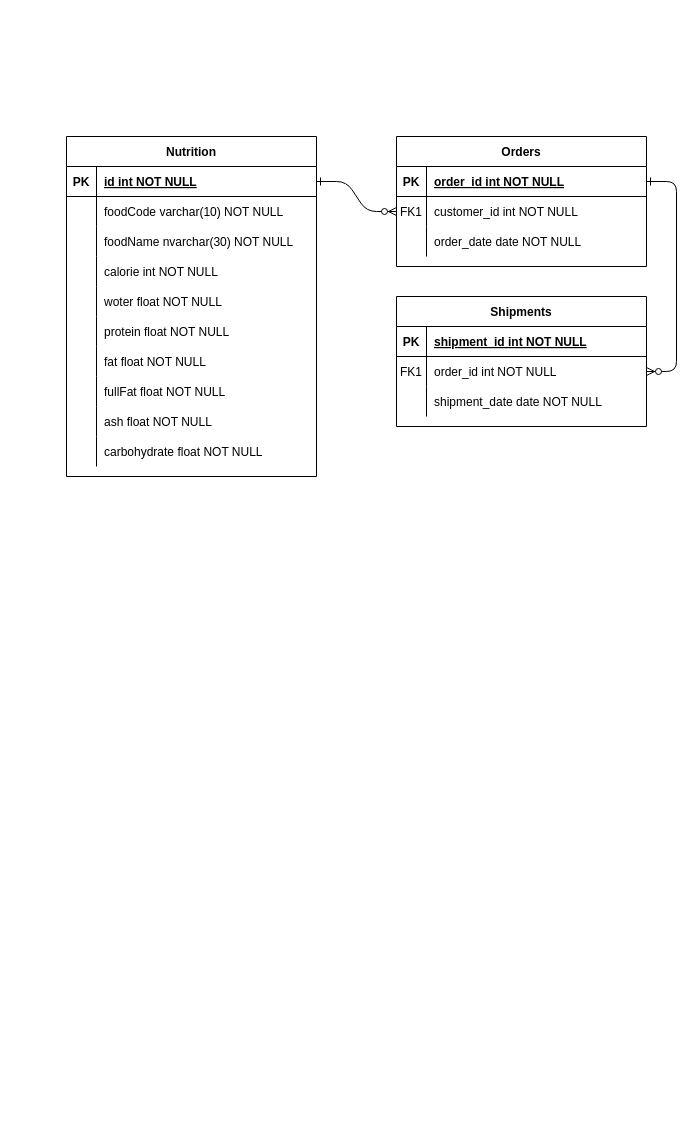
Earlier version of the draw.io diagram 未命名绘图.drawio (ZeJumpMan/Deadly3000). Source tidied: cells renumbered, new cells numbered last; positions are measured from the earlier drawing's top-left corner, leaving out a move shared by most shapes. Both pictures are drawn from the tidied source at 100%, with x=0, y=0 at pixel (66, 136).
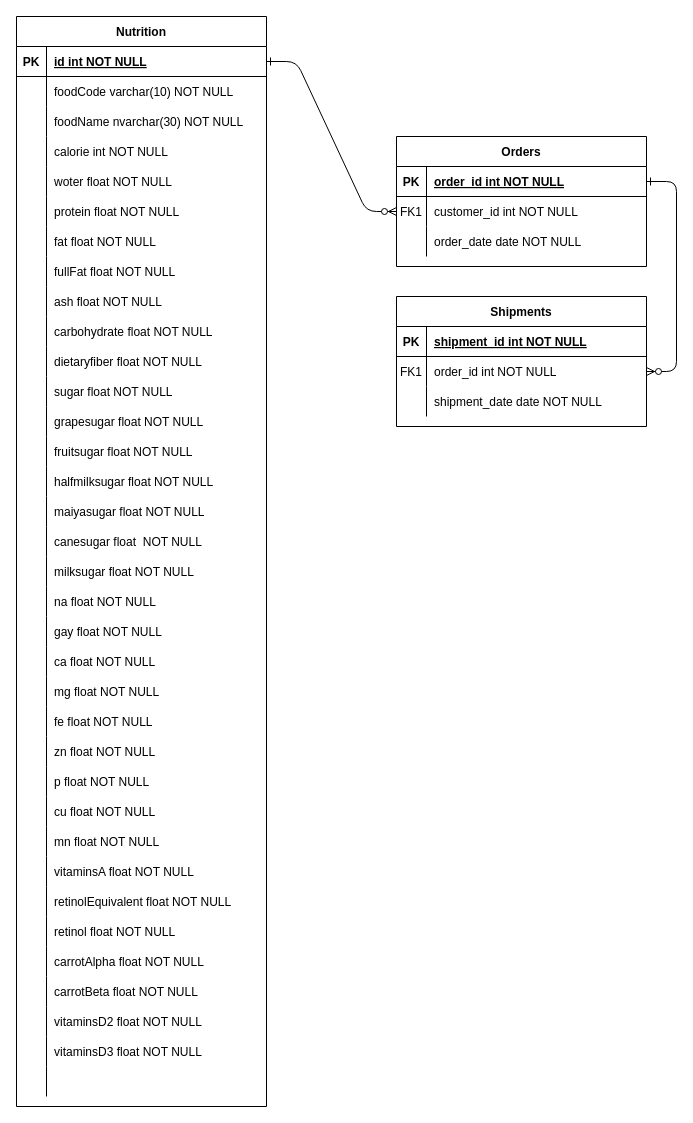
Above is the later version.

Commit message:
更新未命名绘图.drawio

Change to the diagram source:
```diff
@@
     <mxCell id="24" value="Nutrition" style="shape=table;startSize=30;childLayout=tableLayout;rowLines=0;fontStyle=1;align=center;" parent="1" vertex="1">
-      <mxGeometry width="250" height="340" as="geometry" />
+      <mxGeometry x="-50" y="-120" width="250" height="1090" as="geometry" />
     </mxCell>
@@
+    <mxCell id="55" style="shape=partialRectangle;fillColor=none;top=0;left=0;right=0;bottom=0;" parent="24" vertex="1">
+      <mxGeometry y="330" width="250" height="30" as="geometry" />
+    </mxCell>
+    <mxCell id="56" style="shape=partialRectangle;overflow=hidden;fillColor=none;top=0;left=0;bottom=0;right=0;" parent="55" vertex="1">
+      <mxGeometry width="30" height="30" as="geometry" />
+    </mxCell>
+    <mxCell id="57" value="dietaryfiber float NOT NULL" style="shape=partialRectangle;overflow=hidden;fillColor=none;top=0;left=0;bottom=0;right=0;align=left;spacingLeft=6;" parent="55" vertex="1">
+      <mxGeometry x="30" width="220" height="30" as="geometry" />
+    </mxCell>
+    <mxCell id="58" style="shape=partialRectangle;fillColor=none;top=0;left=0;right=0;bottom=0;" parent="24" vertex="1">
+      <mxGeometry y="360" width="250" height="30" as="geometry" />
+    </mxCell>
+    <mxCell id="59" style="shape=partialRectangle;overflow=hidden;fillColor=none;top=0;left=0;bottom=0;right=0;" parent="58" vertex="1">
+      <mxGeometry width="30" height="30" as="geometry" />
+    </mxCell>
+    <mxCell id="60" value="sugar float NOT NULL" style="shape=partialRectangle;overflow=hidden;fillColor=none;top=0;left=0;bottom=0;right=0;align=left;spacingLeft=6;" parent="58" vertex="1">
+      <mxGeometry x="30" width="220" height="30" as="geometry" />
+    </mxCell>
+    <mxCell id="61" style="shape=partialRectangle;fillColor=none;top=0;left=0;right=0;bottom=0;" parent="24" vertex="1">
+      <mxGeometry y="390" width="250" height="30" as="geometry" />
+    </mxCell>
+    <mxCell id="62" style="shape=partialRectangle;overflow=hidden;fillColor=none;top=0;left=0;bottom=0;right=0;" parent="61" vertex="1">
+      <mxGeometry width="30" height="30" as="geometry" />
+    </mxCell>
+    <mxCell id="63" value="grapesugar float NOT NULL" style="shape=partialRectangle;overflow=hidden;fillColor=none;top=0;left=0;bottom=0;right=0;align=left;spacingLeft=6;" parent="61" vertex="1">
+      <mxGeometry x="30" width="220" height="30" as="geometry" />
+    </mxCell>
+    <mxCell id="64" style="shape=partialRectangle;fillColor=none;top=0;left=0;right=0;bottom=0;" parent="24" vertex="1">
+      <mxGeometry y="420" width="250" height="30" as="geometry" />
+    </mxCell>
+    <mxCell id="65" style="shape=partialRectangle;overflow=hidden;fillColor=none;top=0;left=0;bottom=0;right=0;" parent="64" vertex="1">
+      <mxGeometry width="30" height="30" as="geometry" />
+    </mxCell>
+    <mxCell id="66" value="fruitsugar float NOT NULL" style="shape=partialRectangle;overflow=hidden;fillColor=none;top=0;left=0;bottom=0;right=0;align=left;spacingLeft=6;" parent="64" vertex="1">
+      <mxGeometry x="30" width="220" height="30" as="geometry" />
+    </mxCell>
+    <mxCell id="67" style="shape=partialRectangle;fillColor=none;top=0;left=0;right=0;bottom=0;" parent="24" vertex="1">
+      <mxGeometry y="450" width="250" height="30" as="geometry" />
+    </mxCell>
+    <mxCell id="68" style="shape=partialRectangle;overflow=hidden;fillColor=none;top=0;left=0;bottom=0;right=0;" parent="67" vertex="1">
+      <mxGeometry width="30" height="30" as="geometry" />
+    </mxCell>
+    <mxCell id="69" value="halfmilksugar float NOT NULL " style="shape=partialRectangle;overflow=hidden;fillColor=none;top=0;left=0;bottom=0;right=0;align=left;spacingLeft=6;" parent="67" vertex="1">
+      <mxGeometry x="30" width="220" height="30" as="geometry" />
+    </mxCell>
+    <mxCell id="70" style="shape=partialRectangle;fillColor=none;top=0;left=0;right=0;bottom=0;" parent="24" vertex="1">
+      <mxGeometry y="480" width="250" height="30" as="geometry" />
+    </mxCell>
+    <mxCell id="71" style="shape=partialRectangle;overflow=hidden;fillColor=none;top=0;left=0;bottom=0;right=0;" parent="70" vertex="1">
+      <mxGeometry width="30" height="30" as="geometry" />
+    </mxCell>
+    <mxCell id="72" value="maiyasugar float NOT NULL" style="shape=partialRectangle;overflow=hidden;fillColor=none;top=0;left=0;bottom=0;right=0;align=left;spacingLeft=6;" parent="70" vertex="1">
+      <mxGeometry x="30" width="220" height="30" as="geometry" />
+    </mxCell>
+    <mxCell id="73" style="shape=partialRectangle;fillColor=none;top=0;left=0;right=0;bottom=0;" parent="24" vertex="1">
+      <mxGeometry y="510" width="250" height="30" as="geometry" />
+    </mxCell>
+    <mxCell id="74" style="shape=partialRectangle;overflow=hidden;fillColor=none;top=0;left=0;bottom=0;right=0;" parent="73" vertex="1">
+      <mxGeometry width="30" height="30" as="geometry" />
+    </mxCell>
+    <mxCell id="75" value="canesugar float  NOT NULL" style="shape=partialRectangle;overflow=hidden;fillColor=none;top=0;left=0;bottom=0;right=0;align=left;spacingLeft=6;" parent="73" vertex="1">
+      <mxGeometry x="30" width="220" height="30" as="geometry" />
+    </mxCell>
+    <mxCell id="76" style="shape=partialRectangle;fillColor=none;top=0;left=0;right=0;bottom=0;" parent="24" vertex="1">
+      <mxGeometry y="540" width="250" height="30" as="geometry" />
+    </mxCell>
+    <mxCell id="77" style="shape=partialRectangle;overflow=hidden;fillColor=none;top=0;left=0;bottom=0;right=0;" parent="76" vertex="1">
+      <mxGeometry width="30" height="30" as="geometry" />
+    </mxCell>
+    <mxCell id="78" value="milksugar float NOT NULL" style="shape=partialRectangle;overflow=hidden;fillColor=none;top=0;left=0;bottom=0;right=0;align=left;spacingLeft=6;" parent="76" vertex="1">
+      <mxGeometry x="30" width="220" height="30" as="geometry" />
+    </mxCell>
+    <mxCell id="79" style="shape=partialRectangle;fillColor=none;top=0;left=0;right=0;bottom=0;" parent="24" vertex="1">
+      <mxGeometry y="570" width="250" height="30" as="geometry" />
+    </mxCell>
+    <mxCell id="80" style="shape=partialRectangle;overflow=hidden;fillColor=none;top=0;left=0;bottom=0;right=0;" parent="79" vertex="1">
+      <mxGeometry width="30" height="30" as="geometry" />
+    </mxCell>
+    <mxCell id="81" value="na float NOT NULL" style="shape=partialRectangle;overflow=hidden;fillColor=none;top=0;left=0;bottom=0;right=0;align=left;spacingLeft=6;" parent="79" vertex="1">
+      <mxGeometry x="30" width="220" height="30" as="geometry" />
+    </mxCell>
+    <mxCell id="82" style="shape=partialRectangle;fillColor=none;top=0;left=0;right=0;bottom=0;" parent="24" vertex="1">
+      <mxGeometry y="600" width="250" height="30" as="geometry" />
+    </mxCell>
+    <mxCell id="83" style="shape=partialRectangle;overflow=hidden;fillColor=none;top=0;left=0;bottom=0;right=0;" parent="82" vertex="1">
+      <mxGeometry width="30" height="30" as="geometry" />
+    </mxCell>
+    <mxCell id="84" value="gay float NOT NULL" style="shape=partialRectangle;overflow=hidden;fillColor=none;top=0;left=0;bottom=0;right=0;align=left;spacingLeft=6;" parent="82" vertex="1">
+      <mxGeometry x="30" width="220" height="30" as="geometry" />
+    </mxCell>
+    <mxCell id="85" style="shape=partialRectangle;fillColor=none;top=0;left=0;right=0;bottom=0;" parent="24" vertex="1">
+      <mxGeometry y="630" width="250" height="30" as="geometry" />
+    </mxCell>
+    <mxCell id="86" style="shape=partialRectangle;overflow=hidden;fillColor=none;top=0;left=0;bottom=0;right=0;" parent="85" vertex="1">
+      <mxGeometry width="30" height="30" as="geometry" />
+    </mxCell>
+    <mxCell id="87" value="ca float NOT NULL" style="shape=partialRectangle;overflow=hidden;fillColor=none;top=0;left=0;bottom=0;right=0;align=left;spacingLeft=6;" parent="85" vertex="1">
+      <mxGeometry x="30" width="220" height="30" as="geometry" />
+    </mxCell>
+    <mxCell id="88" style="shape=partialRectangle;fillColor=none;top=0;left=0;right=0;bottom=0;" parent="24" vertex="1">
+      <mxGeometry y="660" width="250" height="30" as="geometry" />
+    </mxCell>
+    <mxCell id="89" style="shape=partialRectangle;overflow=hidden;fillColor=none;top=0;left=0;bottom=0;right=0;" parent="88" vertex="1">
+      <mxGeometry width="30" height="30" as="geometry" />
+    </mxCell>
+    <mxCell id="90" value="mg float NOT NULL" style="shape=partialRectangle;overflow=hidden;fillColor=none;top=0;left=0;bottom=0;right=0;align=left;spacingLeft=6;" parent="88" vertex="1">
+      <mxGeometry x="30" width="220" height="30" as="geometry" />
+    </mxCell>
+    <mxCell id="91" style="shape=partialRectangle;fillColor=none;top=0;left=0;right=0;bottom=0;" parent="24" vertex="1">
+      <mxGeometry y="690" width="250" height="30" as="geometry" />
+    </mxCell>
+    <mxCell id="92" style="shape=partialRectangle;overflow=hidden;fillColor=none;top=0;left=0;bottom=0;right=0;" parent="91" vertex="1">
+      <mxGeometry width="30" height="30" as="geometry" />
+    </mxCell>
+    <mxCell id="93" value="fe float NOT NULL" style="shape=partialRectangle;overflow=hidden;fillColor=none;top=0;left=0;bottom=0;right=0;align=left;spacingLeft=6;" parent="91" vertex="1">
+      <mxGeometry x="30" width="220" height="30" as="geometry" />
+    </mxCell>
+    <mxCell id="94" style="shape=partialRectangle;fillColor=none;top=0;left=0;right=0;bottom=0;" parent="24" vertex="1">
+      <mxGeometry y="720" width="250" height="30" as="geometry" />
+    </mxCell>
+    <mxCell id="95" style="shape=partialRectangle;overflow=hidden;fillColor=none;top=0;left=0;bottom=0;right=0;" parent="94" vertex="1">
+      <mxGeometry width="30" height="30" as="geometry" />
+    </mxCell>
+    <mxCell id="96" value="zn float NOT NULL" style="shape=partialRectangle;overflow=hidden;fillColor=none;top=0;left=0;bottom=0;right=0;align=left;spacingLeft=6;" parent="94" vertex="1">
+      <mxGeometry x="30" width="220" height="30" as="geometry" />
+    </mxCell>
+    <mxCell id="97" style="shape=partialRectangle;fillColor=none;top=0;left=0;right=0;bottom=0;" parent="24" vertex="1">
+      <mxGeometry y="750" width="250" height="30" as="geometry" />
+    </mxCell>
+    <mxCell id="98" style="shape=partialRectangle;overflow=hidden;fillColor=none;top=0;left=0;bottom=0;right=0;" parent="97" vertex="1">
+      <mxGeometry width="30" height="30" as="geometry" />
+    </mxCell>
+    <mxCell id="99" value="p float NOT NULL" style="shape=partialRectangle;overflow=hidden;fillColor=none;top=0;left=0;bottom=0;right=0;align=left;spacingLeft=6;" parent="97" vertex="1">
+      <mxGeometry x="30" width="220" height="30" as="geometry" />
+    </mxCell>
+    <mxCell id="100" style="shape=partialRectangle;fillColor=none;top=0;left=0;right=0;bottom=0;" parent="24" vertex="1">
+      <mxGeometry y="780" width="250" height="30" as="geometry" />
+    </mxCell>
+    <mxCell id="101" style="shape=partialRectangle;overflow=hidden;fillColor=none;top=0;left=0;bottom=0;right=0;" parent="100" vertex="1">
+      <mxGeometry width="30" height="30" as="geometry" />
+    </mxCell>
+    <mxCell id="102" value="cu float NOT NULL" style="shape=partialRectangle;overflow=hidden;fillColor=none;top=0;left=0;bottom=0;right=0;align=left;spacingLeft=6;" parent="100" vertex="1">
+      <mxGeometry x="30" width="220" height="30" as="geometry" />
+    </mxCell>
+    <mxCell id="103" style="shape=partialRectangle;fillColor=none;top=0;left=0;right=0;bottom=0;" parent="24" vertex="1">
+      <mxGeometry y="810" width="250" height="30" as="geometry" />
+    </mxCell>
+    <mxCell id="104" style="shape=partialRectangle;overflow=hidden;fillColor=none;top=0;left=0;bottom=0;right=0;" parent="103" vertex="1">
+      <mxGeometry width="30" height="30" as="geometry" />
+    </mxCell>
+    <mxCell id="105" value="mn float NOT NULL" style="shape=partialRectangle;overflow=hidden;fillColor=none;top=0;left=0;bottom=0;right=0;align=left;spacingLeft=6;" parent="103" vertex="1">
+      <mxGeometry x="30" width="220" height="30" as="geometry" />
+    </mxCell>
+    <mxCell id="106" style="shape=partialRectangle;fillColor=none;top=0;left=0;right=0;bottom=0;" parent="24" vertex="1">
+      <mxGeometry y="840" width="250" height="30" as="geometry" />
+    </mxCell>
+    <mxCell id="107" style="shape=partialRectangle;overflow=hidden;fillColor=none;top=0;left=0;bottom=0;right=0;" parent="106" vertex="1">
+      <mxGeometry width="30" height="30" as="geometry" />
+    </mxCell>
+    <mxCell id="108" value="vitaminsA float NOT NULL" style="shape=partialRectangle;overflow=hidden;fillColor=none;top=0;left=0;bottom=0;right=0;align=left;spacingLeft=6;" parent="106" vertex="1">
+      <mxGeometry x="30" width="220" height="30" as="geometry" />
+    </mxCell>
+    <mxCell id="109" style="shape=partialRectangle;fillColor=none;top=0;left=0;right=0;bottom=0;" parent="24" vertex="1">
+      <mxGeometry y="870" width="250" height="30" as="geometry" />
+    </mxCell>
+    <mxCell id="110" style="shape=partialRectangle;overflow=hidden;fillColor=none;top=0;left=0;bottom=0;right=0;" parent="109" vertex="1">
+      <mxGeometry width="30" height="30" as="geometry" />
+    </mxCell>
+    <mxCell id="111" value="retinolEquivalent float NOT NULL" style="shape=partialRectangle;overflow=hidden;fillColor=none;top=0;left=0;bottom=0;right=0;align=left;spacingLeft=6;" parent="109" vertex="1">
+      <mxGeometry x="30" width="220" height="30" as="geometry" />
+    </mxCell>
+    <mxCell id="112" style="shape=partialRectangle;fillColor=none;top=0;left=0;right=0;bottom=0;" parent="24" vertex="1">
+      <mxGeometry y="900" width="250" height="30" as="geometry" />
+    </mxCell>
+    <mxCell id="113" style="shape=partialRectangle;overflow=hidden;fillColor=none;top=0;left=0;bottom=0;right=0;" parent="112" vertex="1">
+      <mxGeometry width="30" height="30" as="geometry" />
+    </mxCell>
+    <mxCell id="114" value="retinol float NOT NULL" style="shape=partialRectangle;overflow=hidden;fillColor=none;top=0;left=0;bottom=0;right=0;align=left;spacingLeft=6;" parent="112" vertex="1">
+      <mxGeometry x="30" width="220" height="30" as="geometry" />
+    </mxCell>
+    <mxCell id="115" style="shape=partialRectangle;fillColor=none;top=0;left=0;right=0;bottom=0;" parent="24" vertex="1">
+      <mxGeometry y="930" width="250" height="30" as="geometry" />
+    </mxCell>
+    <mxCell id="116" style="shape=partialRectangle;overflow=hidden;fillColor=none;top=0;left=0;bottom=0;right=0;" parent="115" vertex="1">
+      <mxGeometry width="30" height="30" as="geometry" />
+    </mxCell>
+    <mxCell id="117" value="carrotAlpha float NOT NULL" style="shape=partialRectangle;overflow=hidden;fillColor=none;top=0;left=0;bottom=0;right=0;align=left;spacingLeft=6;" parent="115" vertex="1">
+      <mxGeometry x="30" width="220" height="30" as="geometry" />
+    </mxCell>
+    <mxCell id="118" style="shape=partialRectangle;fillColor=none;top=0;left=0;right=0;bottom=0;" parent="24" vertex="1">
+      <mxGeometry y="960" width="250" height="30" as="geometry" />
+    </mxCell>
+    <mxCell id="119" style="shape=partialRectangle;overflow=hidden;fillColor=none;top=0;left=0;bottom=0;right=0;" parent="118" vertex="1">
+      <mxGeometry width="30" height="30" as="geometry" />
+    </mxCell>
+    <mxCell id="120" value="carrotBeta float NOT NULL" style="shape=partialRectangle;overflow=hidden;fillColor=none;top=0;left=0;bottom=0;right=0;align=left;spacingLeft=6;" parent="118" vertex="1">
+      <mxGeometry x="30" width="220" height="30" as="geometry" />
+    </mxCell>
+    <mxCell id="121" style="shape=partialRectangle;fillColor=none;top=0;left=0;right=0;bottom=0;" parent="24" vertex="1">
+      <mxGeometry y="990" width="250" height="30" as="geometry" />
+    </mxCell>
+    <mxCell id="122" style="shape=partialRectangle;overflow=hidden;fillColor=none;top=0;left=0;bottom=0;right=0;" parent="121" vertex="1">
+      <mxGeometry width="30" height="30" as="geometry" />
+    </mxCell>
+    <mxCell id="123" value="vitaminsD2 float NOT NULL" style="shape=partialRectangle;overflow=hidden;fillColor=none;top=0;left=0;bottom=0;right=0;align=left;spacingLeft=6;" parent="121" vertex="1">
+      <mxGeometry x="30" width="220" height="30" as="geometry" />
+    </mxCell>
+    <mxCell id="124" style="shape=partialRectangle;fillColor=none;top=0;left=0;right=0;bottom=0;" parent="24" vertex="1">
+      <mxGeometry y="1020" width="250" height="30" as="geometry" />
+    </mxCell>
+    <mxCell id="125" style="shape=partialRectangle;overflow=hidden;fillColor=none;top=0;left=0;bottom=0;right=0;" parent="124" vertex="1">
+      <mxGeometry width="30" height="30" as="geometry" />
+    </mxCell>
+    <mxCell id="126" value="vitaminsD3 float NOT NULL" style="shape=partialRectangle;overflow=hidden;fillColor=none;top=0;left=0;bottom=0;right=0;align=left;spacingLeft=6;" parent="124" vertex="1">
+      <mxGeometry x="30" width="220" height="30" as="geometry" />
+    </mxCell>
+    <mxCell id="127" style="shape=partialRectangle;fillColor=none;top=0;left=0;right=0;bottom=0;" parent="24" vertex="1">
+      <mxGeometry y="1050" width="250" height="30" as="geometry" />
+    </mxCell>
+    <mxCell id="128" style="shape=partialRectangle;overflow=hidden;fillColor=none;top=0;left=0;bottom=0;right=0;" parent="127" vertex="1">
+      <mxGeometry width="30" height="30" as="geometry" />
+    </mxCell>
+    <mxCell id="129" style="shape=partialRectangle;overflow=hidden;fillColor=none;top=0;left=0;bottom=0;right=0;align=left;spacingLeft=6;" parent="127" vertex="1">
+      <mxGeometry x="30" width="220" height="30" as="geometry" />
+    </mxCell>
```
